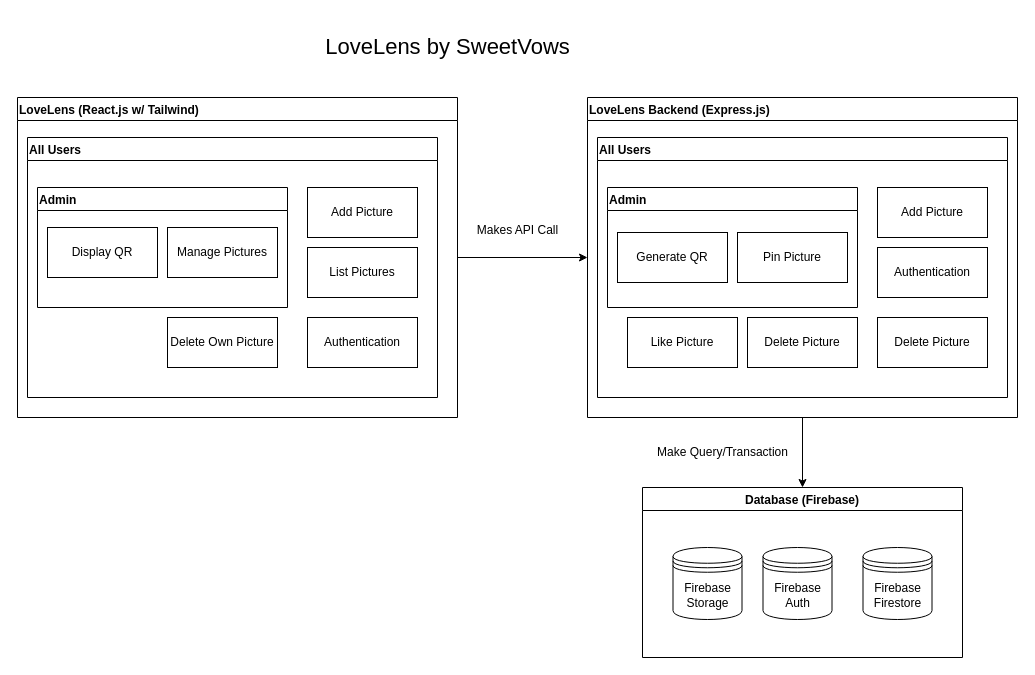
Earlier version of the draw.io diagram LoveLens System.drawio (Hsinkai2000/LoveLens). Source tidied: cells renumbered, new cells numbered last; positions are measured from the earlier drawing's top-left corner, leaving out a move shared by most shapes. Both pictures are drawn from the tidied source at 100%, with x=0, y=0 at pixel (17, 27).
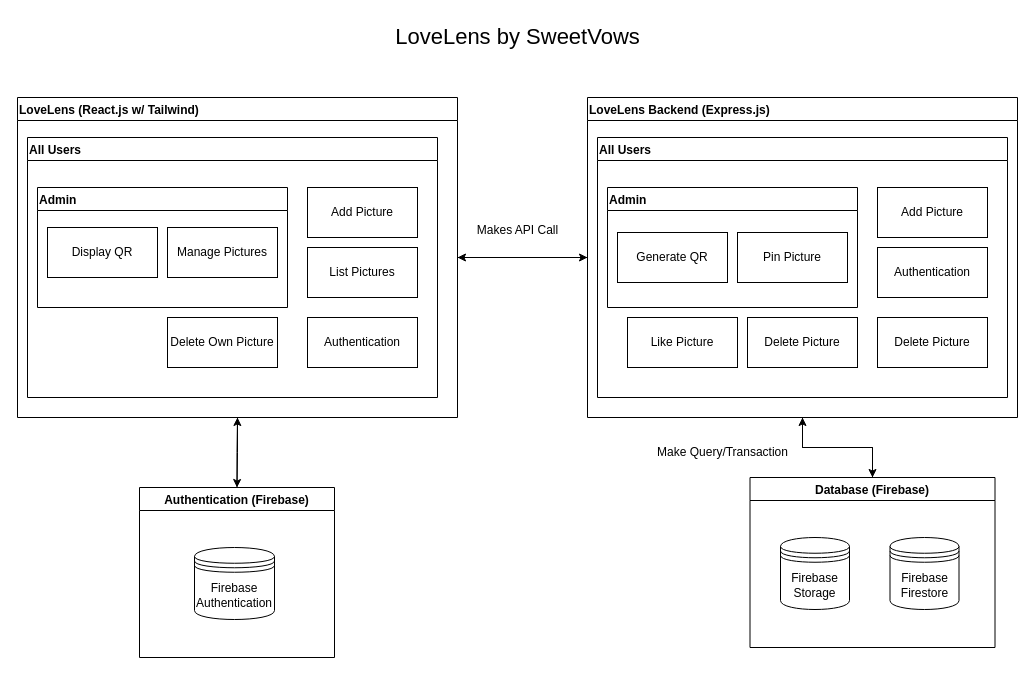
After the change.

The change refers to these unchanged cells:
```xml
<mxCell id="4" value="LoveLens (React.js w/ Tailwind)" style="swimlane;align=left;" parent="1" vertex="1">
  <mxGeometry y="70" width="440" height="320" as="geometry" />
</mxCell>
<mxCell id="14" value="LoveLens Backend (Express.js)" style="swimlane;align=left;" parent="1" vertex="1">
  <mxGeometry x="570" y="70" width="430" height="320" as="geometry" />
</mxCell>
```

The edit, as a diff of the source:
```diff
@@
     <mxCell id="2" value="LoveLens by SweetVows" style="text;html=1;align=center;verticalAlign=middle;strokeColor=none;fillColor=none;fontSize=22;" parent="1" vertex="1">
-      <mxGeometry x="295" width="270" height="40" as="geometry" />
+      <mxGeometry x="365" y="-10" width="270" height="40" as="geometry" />
     </mxCell>
+    <mxCell id="30" style="edgeStyle=orthogonalEdgeStyle;rounded=0;jettySize=auto;html=1;entryX=0.5;entryY=0;entryDx=0;entryDy=0;" parent="1" edge="1" source="4" target="33">
+      <mxGeometry relative="1" as="geometry" />
+    </mxCell>
@@
+    <mxCell id="31" style="edgeStyle=orthogonalEdgeStyle;rounded=0;jettySize=auto;html=1;entryX=0.5;entryY=1;entryDx=0;entryDy=0;" parent="1" edge="1" source="24" target="14">
+      <mxGeometry relative="1" as="geometry" />
+    </mxCell>
     <mxCell id="24" value="Database (Firebase)" style="swimlane;" parent="1" vertex="1">
-      <mxGeometry x="625" y="460" width="320" height="170" as="geometry" />
+      <mxGeometry x="732.5" y="450" width="245" height="170" as="geometry" />
     </mxCell>
@@
-    <mxCell id="26" value="Firebase Auth" style="shape=datastore;whiteSpace=wrap;html=1;" parent="24" vertex="1">
-      <mxGeometry x="120.5" y="60" width="69" height="72" as="geometry" />
-    </mxCell>
     <mxCell id="27" value="Firebase Firestore" style="shape=datastore;whiteSpace=wrap;html=1;" parent="24" vertex="1">
-      <mxGeometry x="220.5" y="60" width="69" height="72" as="geometry" />
+      <mxGeometry x="140" y="60" width="69" height="72" as="geometry" />
     </mxCell>
@@
+    <mxCell id="32" style="edgeStyle=orthogonalEdgeStyle;rounded=0;jettySize=auto;html=1;entryX=0.5;entryY=1;entryDx=0;entryDy=0;" parent="1" edge="1" source="33" target="4">
+      <mxGeometry relative="1" as="geometry" />
+    </mxCell>
+    <mxCell id="33" value="Authentication (Firebase)" style="swimlane;" parent="1" vertex="1">
+      <mxGeometry x="122" y="460" width="195" height="170" as="geometry" />
+    </mxCell>
+    <mxCell id="26" value="Firebase Authentication" style="shape=datastore;whiteSpace=wrap;html=1;" parent="33" vertex="1">
+      <mxGeometry x="55" y="60" width="80" height="72" as="geometry" />
+    </mxCell>
+    <mxCell id="34" style="edgeStyle=orthogonalEdgeStyle;rounded=0;jettySize=auto;html=1;entryX=1;entryY=0.5;entryDx=0;entryDy=0;exitX=0;exitY=0.5;exitDx=0;exitDy=0;" parent="1" edge="1" source="14" target="4">
+      <mxGeometry relative="1" as="geometry" />
+    </mxCell>
```
